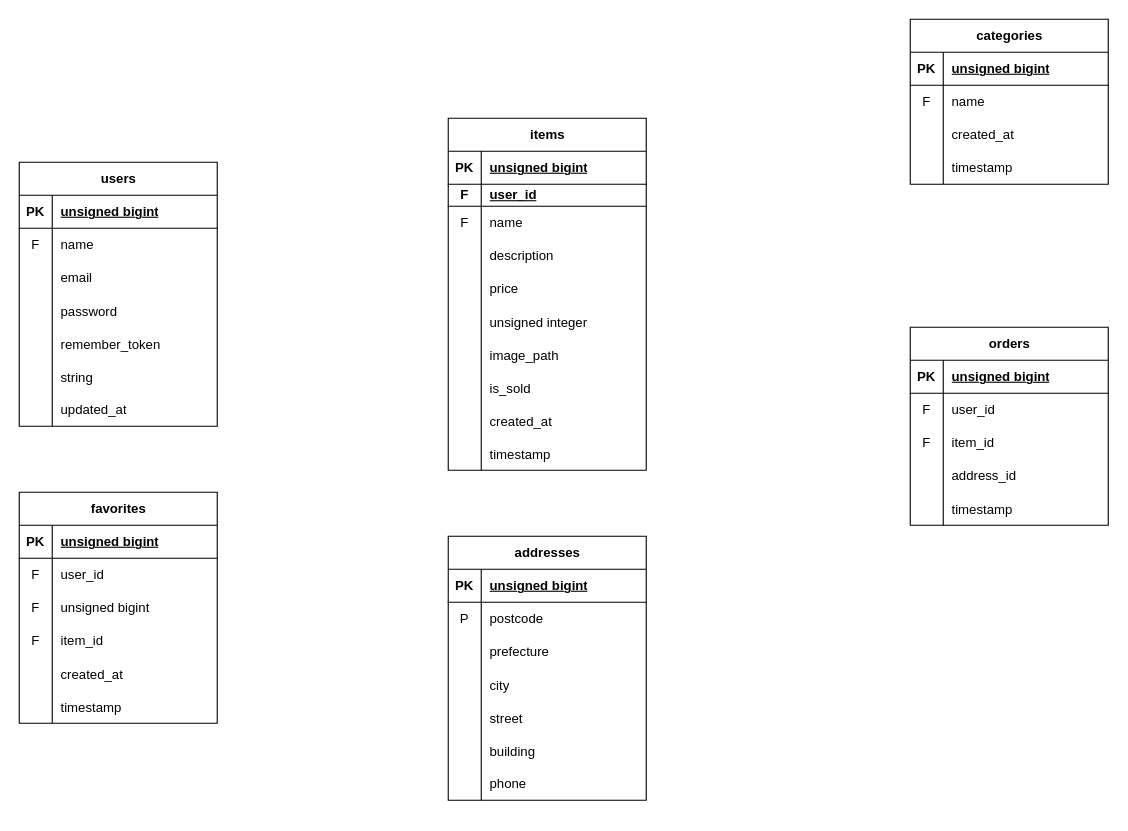
KAE312/mogi1 keeps this draw.io diagram as src/er-diagram.drawio. Above is the earlier version. Source tidied: cells renumbered, new cells numbered last; positions are measured from the earlier drawing's top-left corner, leaving out a move shared by most shapes. Both pictures are drawn from the tidied source at 110%, with x=0, y=0 at pixel (19, 19).
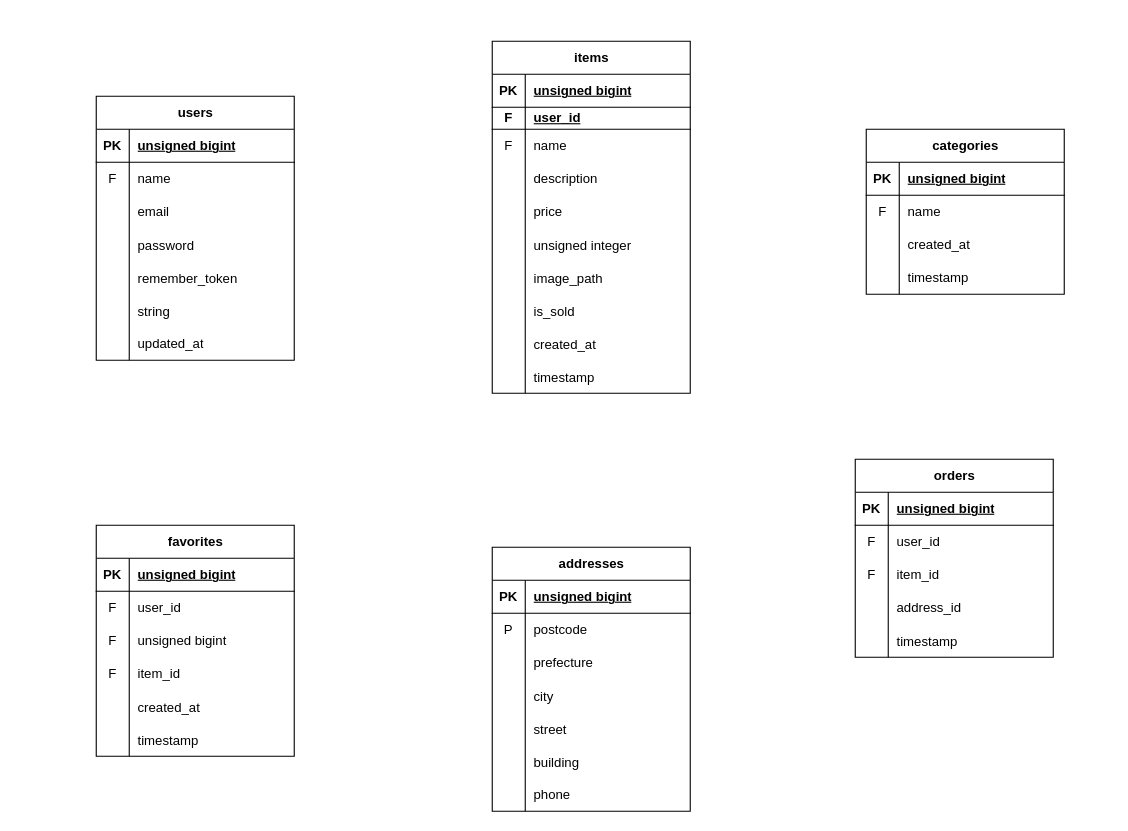
Above is the later version.

Change to the diagram source:
```diff
@@
-    <mxCell id="2" value="users" style="shape=table;startSize=30;childLayout=tableLayout;rowLines=0;fontStyle=1;align=center;html=1;" parent="1" vertex="1">
-      <mxGeometry y="130" width="180" height="240" as="geometry" />
+    <mxCell id="2" value="users" style="shape=table;startSize=30;childLayout=tableLayout;rowLines=0;fontStyle=1;align=center;html=1;swimlaneFillColor=default;" parent="1" vertex="1">
+      <mxGeometry x="70" y="70" width="180" height="240" as="geometry" />
     </mxCell>
@@
-    <mxCell id="24" value="favorites" style="shape=table;startSize=30;childLayout=tableLayout;rowLines=0;fontStyle=1;align=center;html=1;" parent="1" vertex="1">
-      <mxGeometry y="430" width="180" height="210" as="geometry" />
+    <mxCell id="24" value="favorites" style="shape=table;startSize=30;childLayout=tableLayout;rowLines=0;fontStyle=1;align=center;html=1;strokeWidth=1;" parent="1" vertex="1">
+      <mxGeometry x="70" y="460" width="180" height="210" as="geometry" />
     </mxCell>
@@
     <mxCell id="43" value="items" style="shape=table;startSize=30;childLayout=tableLayout;rowLines=0;fontStyle=1;align=center;html=1;" parent="1" vertex="1">
-      <mxGeometry x="390" y="90" width="180" height="320" as="geometry" />
+      <mxGeometry x="430" y="20" width="180" height="320" as="geometry" />
     </mxCell>
@@
     <mxCell id="74" value="addresses" style="shape=table;startSize=30;childLayout=tableLayout;rowLines=0;fontStyle=1;align=center;html=1;" parent="1" vertex="1">
-      <mxGeometry x="390" y="470" width="180" height="240" as="geometry" />
+      <mxGeometry x="430" y="480" width="180" height="240" as="geometry" />
     </mxCell>
@@
     <mxCell id="96" value="categories" style="shape=table;startSize=30;childLayout=tableLayout;rowLines=0;fontStyle=1;align=center;html=1;" parent="1" vertex="1">
-      <mxGeometry x="810" width="180" height="150" as="geometry" />
+      <mxGeometry x="770" y="100" width="180" height="150" as="geometry" />
     </mxCell>
@@
     <mxCell id="109" value="orders" style="shape=table;startSize=30;childLayout=tableLayout;rowLines=0;fontStyle=1;align=center;html=1;" parent="1" vertex="1">
-      <mxGeometry x="810" y="280" width="180" height="180" as="geometry" />
+      <mxGeometry x="760" y="400" width="180" height="180" as="geometry" />
     </mxCell>
```
